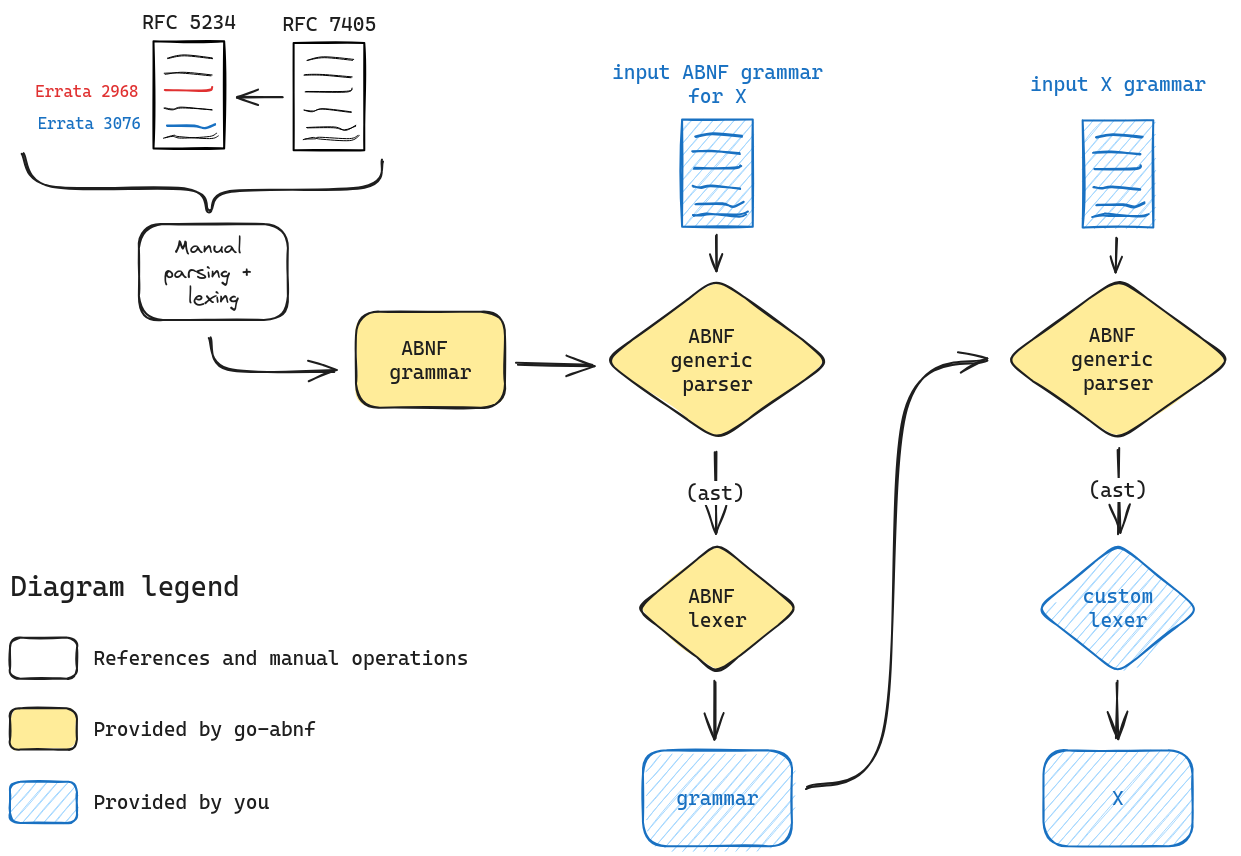
pandatix/go-abnf keeps this Excalidraw diagram as res/grammar.excalidraw.png. Above is the earlier version. Source tidied: one line per element, renumbered; positions are measured from the earlier drawing's top-left corner, leaving out a move shared by most shapes.
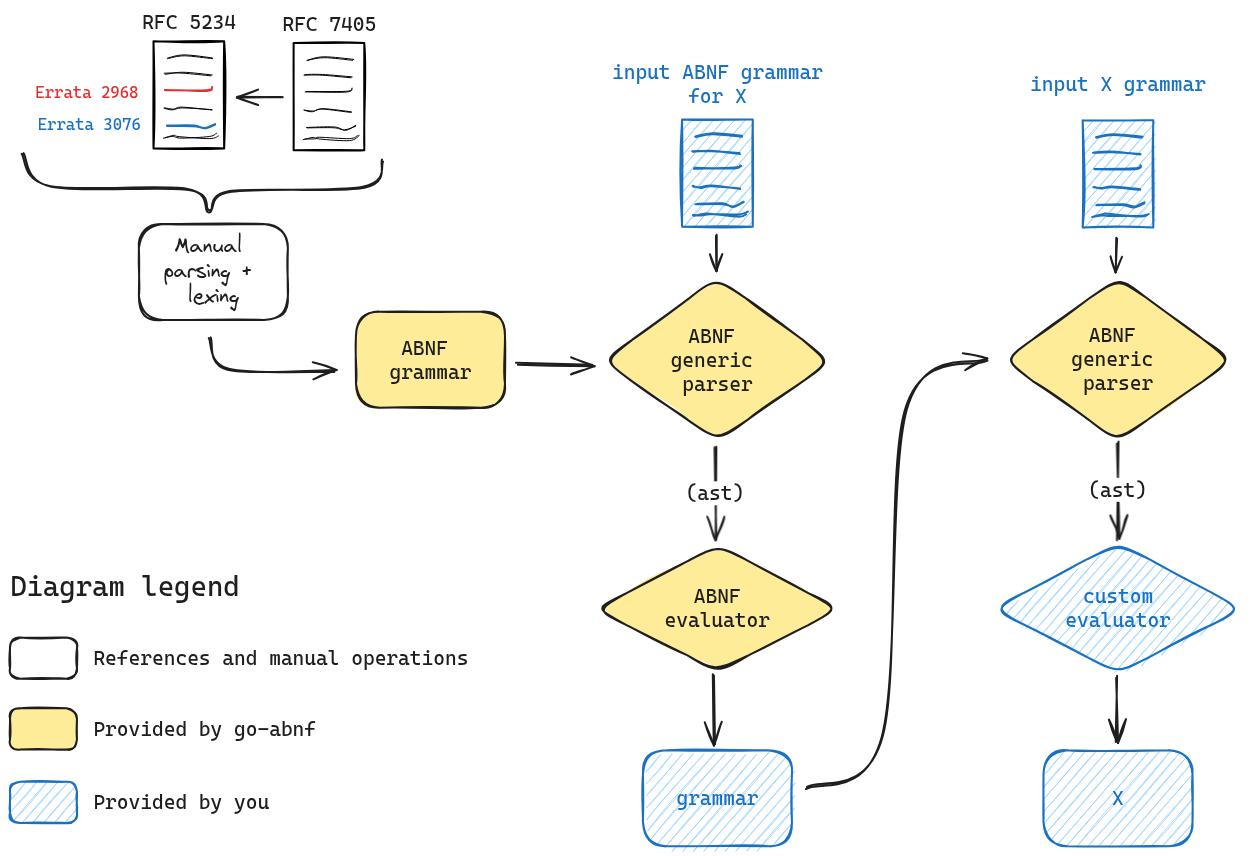
Later version of the same file.

Change to the diagram source:
```diff
@@ -35,16 +35,16 @@
 {"id": 34, "type": "text", "text": "input ABNF grammar\nfor X", "strokeColor": "#1971c2", "backgroundColor": "#a5d8ff", "fillStyle": "hachure", "strokeWidth": 2, "roughness": 1, "fontSize": 20, "fontFamily": 3, "textAlign": "center", "x": 602, "y": 50, "width": 211, "height": 48}
 {"id": 35, "type": "arrow", "strokeColor": "#1e1e1e", "backgroundColor": "#a5d8ff", "fillStyle": "hachure", "strokeWidth": 2, "roughness": 1, "endArrowhead": "arrow", "round": true, "from": 22, "to": 25, "x": 506, "y": 354, "width": 76, "height": 1, "points": [[0, 0], [76, 1]]}
 {"id": 36, "type": "arrow", "strokeColor": "#1e1e1e", "backgroundColor": "#a5d8ff", "fillStyle": "hachure", "strokeWidth": 2, "roughness": 1, "endArrowhead": "arrow", "round": true, "from": 27, "to": 25, "x": 707, "y": 225, "width": 0, "height": 36, "points": [[0, 0], [0, 36]]}
-{"id": 37, "type": "diamond", "strokeColor": "#1e1e1e", "backgroundColor": "#ffec99", "fillStyle": "solid", "strokeWidth": 2, "roughness": 1, "round": true, "x": 626, "y": 533, "width": 162, "height": 131}
+{"id": 37, "type": "diamond", "strokeColor": "#1e1e1e", "backgroundColor": "#ffec99", "fillStyle": "solid", "strokeWidth": 2, "roughness": 1, "round": true, "x": 586, "y": 535, "width": 243, "height": 126}
-{"id": 38, "type": "text", "text": "ABNF \nlexer", "strokeColor": "#1e1e1e", "backgroundColor": "#a5d8ff", "fillStyle": "hachure", "strokeWidth": 2, "roughness": 1, "fontSize": 20, "fontFamily": 3, "textAlign": "center", "verticalAlign": "middle", "inside": 37, "x": 678, "y": 574, "width": 59, "height": 48}
+{"id": 38, "type": "text", "text": "ABNF\nevaluator", "strokeColor": "#1e1e1e", "backgroundColor": "#a5d8ff", "fillStyle": "hachure", "strokeWidth": 2, "roughness": 1, "fontSize": 20, "fontFamily": 3, "textAlign": "center", "verticalAlign": "middle", "inside": 37, "x": 654, "y": 574, "width": 105, "height": 48}
-{"id": 39, "type": "arrow", "strokeColor": "#1e1e1e", "backgroundColor": "#a5d8ff", "fillStyle": "hachure", "strokeWidth": 2, "roughness": 1, "endArrowhead": "arrow", "round": true, "from": 25, "to": 37, "x": 705, "y": 442, "width": 1, "height": 83, "points": [[0, 0], [1, 83]]}
+{"id": 39, "type": "arrow", "strokeColor": "#1e1e1e", "backgroundColor": "#a5d8ff", "fillStyle": "hachure", "strokeWidth": 2, "roughness": 1, "endArrowhead": "arrow", "round": true, "from": 25, "to": 37, "x": 705, "y": 436, "width": 0, "height": 94, "points": [[0, 0], [0, 94]]}
 {"id": 40, "type": "text", "text": "(ast)", "strokeColor": "#1e1e1e", "backgroundColor": "#a5d8ff", "fillStyle": "hachure", "strokeWidth": 2, "roughness": 1, "fontSize": 20, "fontFamily": 3, "textAlign": "center", "verticalAlign": "middle", "inside": 39, "x": 631, "y": 460, "width": 59, "height": 24}
 {"id": 41, "type": "rectangle", "strokeColor": "#1971c2", "backgroundColor": "#a5d8ff", "fillStyle": "hachure", "strokeWidth": 2, "roughness": 1, "round": true, "x": 633, "y": 740, "width": 149, "height": 96}
 {"id": 42, "type": "text", "text": "grammar", "strokeColor": "#1971c2", "strokeWidth": 2, "roughness": 1, "fontSize": 20, "fontFamily": 3, "textAlign": "center", "verticalAlign": "middle", "inside": 41, "x": 666, "y": 776, "width": 82, "height": 24}
-{"id": 43, "type": "arrow", "strokeColor": "#1e1e1e", "backgroundColor": "#a5d8ff", "fillStyle": "hachure", "strokeWidth": 2, "roughness": 1, "endArrowhead": "arrow", "round": true, "from": 37, "to": 41, "x": 705, "y": 673, "width": 1, "height": 56, "points": [[0, 0], [1, 56]]}
+{"id": 43, "type": "arrow", "strokeColor": "#1e1e1e", "backgroundColor": "#a5d8ff", "fillStyle": "hachure", "strokeWidth": 2, "roughness": 1, "endArrowhead": "arrow", "round": true, "from": 37, "to": 41, "x": 703, "y": 666, "width": 2, "height": 68, "points": [[0, 0], [2, 68]]}
 {"id": 44, "type": "arrow", "strokeColor": "#1e1e1e", "backgroundColor": "#a5d8ff", "fillStyle": "hachure", "strokeWidth": 2, "roughness": 1, "endArrowhead": "arrow", "round": true, "from": 41, "to": 47, "x": 796, "y": 778, "width": 182, "height": 428, "points": [[0, 0], [77, -52], [99, -377], [182, -428]]}
-{"id": 45, "type": "diamond", "strokeColor": "#1971c2", "backgroundColor": "#a5d8ff", "fillStyle": "hachure", "strokeWidth": 2, "roughness": 1, "round": true, "x": 1027, "y": 533, "width": 162, "height": 131}
+{"id": 45, "type": "diamond", "strokeColor": "#1971c2", "backgroundColor": "#a5d8ff", "fillStyle": "hachure", "strokeWidth": 2, "roughness": 1, "round": true, "x": 984, "y": 533, "width": 248, "height": 131}
-{"id": 46, "type": "text", "text": "custom\nlexer", "strokeColor": "#1971c2", "backgroundColor": "#a5d8ff", "fillStyle": "hachure", "strokeWidth": 2, "roughness": 1, "fontSize": 20, "fontFamily": 3, "textAlign": "center", "verticalAlign": "middle", "inside": 45, "x": 1073, "y": 574, "width": 70, "height": 48}
+{"id": 46, "type": "text", "text": "custom\nevaluator", "strokeColor": "#1971c2", "backgroundColor": "#a5d8ff", "fillStyle": "hachure", "strokeWidth": 2, "roughness": 1, "fontSize": 20, "fontFamily": 3, "textAlign": "center", "verticalAlign": "middle", "inside": 45, "x": 1055, "y": 574, "width": 105, "height": 48}
 {"id": 47, "type": "diamond", "strokeColor": "#1e1e1e", "backgroundColor": "#ffec99", "fillStyle": "solid", "strokeWidth": 2, "roughness": 1, "round": true, "x": 994, "y": 267, "width": 228, "height": 164}
 {"id": 48, "type": "text", "text": "ABNF \ngeneric \nparser", "strokeColor": "#1e1e1e", "backgroundColor": "#a5d8ff", "fillStyle": "hachure", "strokeWidth": 2, "roughness": 1, "fontSize": 20, "fontFamily": 3, "textAlign": "center", "verticalAlign": "middle", "inside": 47, "x": 1061, "y": 313, "width": 94, "height": 72}
 {"id": 49, "type": "rectangle", "strokeColor": "#1971c2", "backgroundColor": "#a5d8ff", "fillStyle": "hachure", "strokeWidth": 2, "roughness": 1, "x": 1073, "y": 110, "width": 71, "height": 107}
@@ -55,12 +55,12 @@
 {"id": 54, "type": "line", "strokeColor": "#1971c2", "backgroundColor": "#a5d8ff", "fillStyle": "hachure", "strokeWidth": 2, "roughness": 1, "round": true, "x": 1084, "y": 143, "width": 47, "height": 2, "points": [[0, 0], [18, -1], [47, 2]]}
 {"id": 55, "type": "line", "strokeColor": "#1971c2", "backgroundColor": "#a5d8ff", "fillStyle": "hachure", "strokeWidth": 2, "roughness": 1, "round": true, "x": 1084, "y": 177, "width": 47, "height": 2, "points": [[0, 0], [8, 1], [18, -1], [47, 2]]}
 {"id": 56, "type": "text", "text": "input X grammar", "strokeColor": "#1971c2", "backgroundColor": "#a5d8ff", "fillStyle": "hachure", "strokeWidth": 2, "roughness": 1, "fontSize": 20, "fontFamily": 3, "x": 1020, "y": 62, "width": 176, "height": 24}
-{"id": 57, "type": "arrow", "strokeColor": "#1e1e1e", "backgroundColor": "#a5d8ff", "fillStyle": "hachure", "strokeWidth": 2, "roughness": 1, "endArrowhead": "arrow", "round": true, "from": 47, "to": 45, "x": 1108, "y": 438, "width": 1, "height": 84, "points": [[0, 0], [-1, 84]]}
+{"id": 57, "type": "arrow", "strokeColor": "#1e1e1e", "backgroundColor": "#a5d8ff", "fillStyle": "hachure", "strokeWidth": 2, "roughness": 1, "endArrowhead": "arrow", "round": true, "from": 47, "to": 45, "x": 1108, "y": 432, "width": 1, "height": 97, "points": [[0, 0], [-1, 97]]}
 {"id": 58, "type": "text", "text": "(ast)", "strokeColor": "#1e1e1e", "backgroundColor": "#a5d8ff", "fillStyle": "hachure", "strokeWidth": 2, "roughness": 1, "fontSize": 20, "fontFamily": 3, "textAlign": "center", "verticalAlign": "middle", "inside": 57, "x": 728, "y": 456, "width": 59, "height": 24}
 {"id": 59, "type": "arrow", "strokeColor": "#1e1e1e", "backgroundColor": "#a5d8ff", "fillStyle": "hachure", "strokeWidth": 2, "roughness": 1, "endArrowhead": "arrow", "round": true, "from": 49, "to": 47, "x": 1107, "y": 228, "width": 1, "height": 33, "points": [[0, 0], [-1, 33]]}
 {"id": 60, "type": "rectangle", "strokeColor": "#1971c2", "backgroundColor": "#a5d8ff", "fillStyle": "hachure", "strokeWidth": 2, "roughness": 1, "round": true, "x": 1033, "y": 740, "width": 149, "height": 96}
 {"id": 61, "type": "text", "text": "X", "strokeColor": "#1971c2", "strokeWidth": 2, "roughness": 1, "fontSize": 20, "fontFamily": 3, "textAlign": "center", "verticalAlign": "middle", "inside": 60, "x": 1102, "y": 776, "width": 12, "height": 24}
-{"id": 62, "type": "arrow", "strokeColor": "#1e1e1e", "backgroundColor": "#a5d8ff", "fillStyle": "hachure", "strokeWidth": 2, "roughness": 1, "endArrowhead": "arrow", "round": true, "from": 45, "to": 60, "x": 1107, "y": 671, "width": 0, "height": 58, "points": [[0, 0], [0, 58]]}
+{"id": 62, "type": "arrow", "strokeColor": "#1e1e1e", "backgroundColor": "#a5d8ff", "fillStyle": "hachure", "strokeWidth": 2, "roughness": 1, "endArrowhead": "arrow", "round": true, "from": 45, "to": 60, "x": 1106, "y": 666, "width": 0, "height": 67, "points": [[0, 0], [0, 67]]}
 {"id": 63, "type": "text", "text": "Diagram legend", "strokeColor": "#1e1e1e", "backgroundColor": "#a5d8ff", "fillStyle": "hachure", "strokeWidth": 2, "roughness": 1, "fontSize": 28, "fontFamily": 3, "textAlign": "center", "x": 0, "y": 560, "width": 230, "height": 34}
 {"id": 64, "type": "rectangle", "strokeColor": "#1e1e1e", "backgroundColor": "#ffec99", "fillStyle": "solid", "strokeWidth": 2, "roughness": 1, "round": true, "x": 0, "y": 698, "width": 67, "height": 41}
 {"id": 65, "type": "text", "text": "Provided by go-abnf", "strokeColor": "#1e1e1e", "backgroundColor": "#a5d8ff", "fillStyle": "hachure", "strokeWidth": 2, "roughness": 1, "fontSize": 20, "fontFamily": 3, "textAlign": "center", "x": 83, "y": 707, "width": 223, "height": 24}
```
